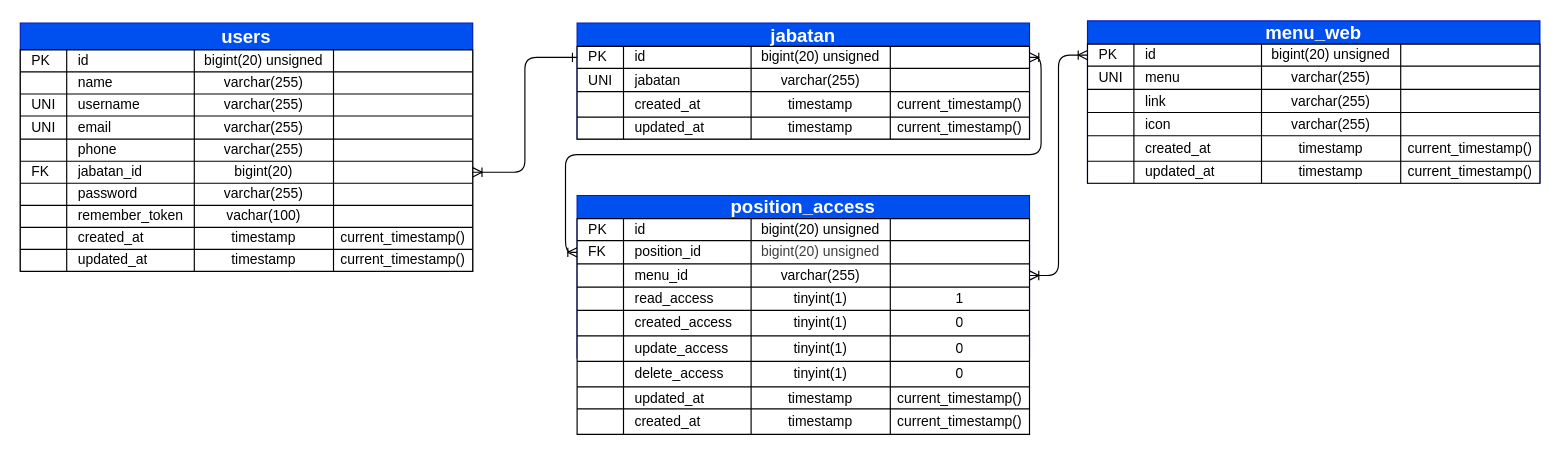
Earlier version of the draw.io diagram documentation/erd.drawio (aluthxander/timbangan_input_web). Source tidied: cells renumbered, new cells numbered last; positions are measured from the earlier drawing's top-left corner, leaving out a move shared by most shapes. Both pictures are drawn from the tidied source at 116%, with x=0, y=0 at pixel (20, 21).
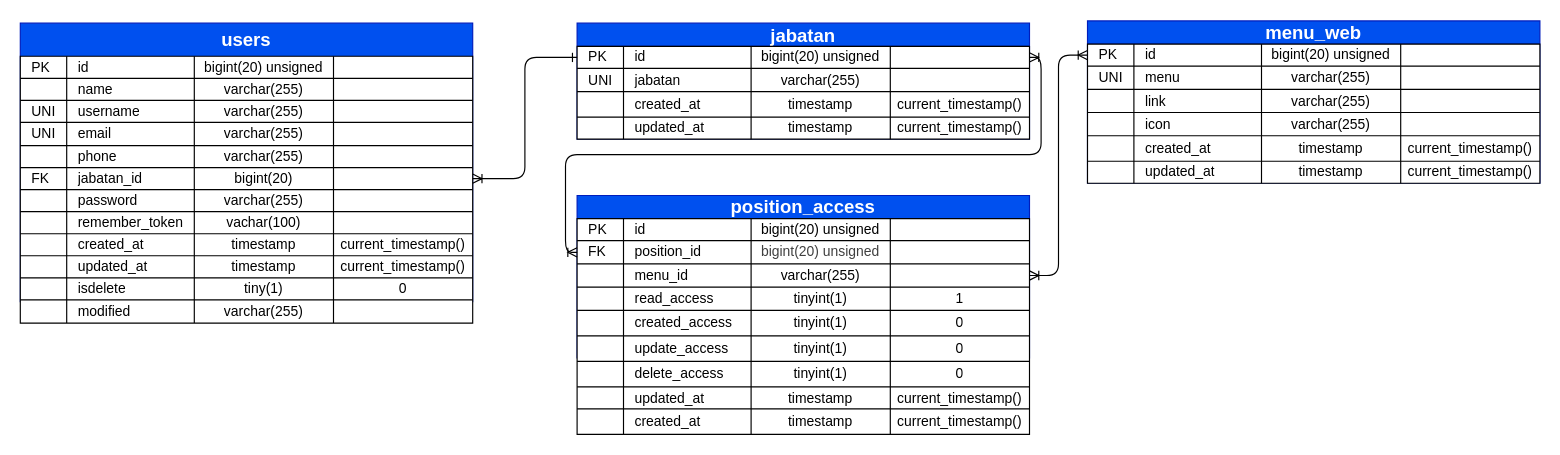
After the change.

Commit message (it also covers changes not shown here):
feat : menambahkan CRUD pada users

Diff of the diagram source:
```diff
@@
     <mxCell id="2" style="group;fontColor=light-dark(#ffffff, #ededed);" parent="1" vertex="1">
-      <mxGeometry y="1.5" width="390" height="220" as="geometry" />
+      <mxGeometry y="1.5" width="390" height="240" as="geometry" />
     </mxCell>
     <mxCell id="3" style="group;" parent="2" vertex="1">
-      <mxGeometry width="390" height="214" as="geometry" />
+      <mxGeometry width="390" height="240" as="geometry" />
     </mxCell>
-    <mxCell id="4" value="&lt;font style=&quot;font-size: 16px; color: rgb(255, 255, 255);&quot;&gt;users&lt;/font&gt;" style="swimlane;whiteSpace=wrap;html=1;fillColor=#0050ef;fontColor=#ffffff;strokeColor=#001DBC;" parent="3" vertex="1">
-      <mxGeometry width="390" height="214" as="geometry" />
+    <mxCell id="4" value="&lt;font style=&quot;font-size: 16px; color: rgb(255, 255, 255);&quot;&gt;users&lt;/font&gt;" style="swimlane;whiteSpace=wrap;html=1;fillColor=#0050ef;fontColor=#ffffff;strokeColor=#001DBC;startSize=29;" parent="3" vertex="1">
+      <mxGeometry width="390" height="240" as="geometry" />
     </mxCell>
     <mxCell id="5" style="shape=table;startSize=0;childLayout=tableLayout;fontSize=8;strokeColor=default;" parent="4" vertex="1">
-      <mxGeometry y="23" width="390" height="191" as="geometry" />
+      <mxGeometry y="28.5" width="390" height="230" as="geometry" />
     </mxCell>
@@
+    <mxCell id="166" style="shape=tableRow;horizontal=0;startSize=0;swimlaneHead=0;swimlaneBody=0;strokeColor=inherit;top=0;left=0;bottom=0;right=0;fillColor=none;" parent="5" vertex="1">
+      <mxGeometry y="191" width="390" height="19" as="geometry" />
+    </mxCell>
+    <mxCell id="167" style="shape=partialRectangle;html=1;whiteSpace=wrap;strokeColor=inherit;overflow=hidden;fillColor=none;top=0;left=0;bottom=0;right=0;align=left;spacingRight=0;labelPadding=2;spacingLeft=8;fontSize=8;" parent="166" vertex="1">
+      <mxGeometry width="40" height="19" as="geometry" />
+    </mxCell>
+    <mxCell id="168" value="isdelete" style="shape=partialRectangle;html=1;whiteSpace=wrap;strokeColor=inherit;overflow=hidden;fillColor=none;top=0;left=0;bottom=0;right=0;align=left;spacingRight=0;labelPadding=2;spacingLeft=8;fontSize=12;" parent="166" vertex="1">
+      <mxGeometry x="40" width="110" height="19" as="geometry" />
+    </mxCell>
+    <mxCell id="169" value="&lt;font&gt;tiny(1)&lt;/font&gt;" style="shape=partialRectangle;html=1;whiteSpace=wrap;strokeColor=inherit;overflow=hidden;fillColor=none;top=0;left=0;bottom=0;right=0;fontColor=light-dark(#000000,#FFFFFF);" parent="166" vertex="1">
+      <mxGeometry x="150" width="120" height="19" as="geometry" />
+    </mxCell>
+    <mxCell id="170" value="0" style="shape=partialRectangle;html=1;whiteSpace=wrap;strokeColor=inherit;overflow=hidden;fillColor=none;top=0;left=0;bottom=0;right=0;" parent="166" vertex="1">
+      <mxGeometry x="270" width="120" height="19" as="geometry" />
+    </mxCell>
+    <mxCell id="171" style="shape=tableRow;horizontal=0;startSize=0;swimlaneHead=0;swimlaneBody=0;strokeColor=inherit;top=0;left=0;bottom=0;right=0;fillColor=none;" parent="5" vertex="1">
+      <mxGeometry y="210" width="390" height="20" as="geometry" />
+    </mxCell>
+    <mxCell id="172" style="shape=partialRectangle;html=1;whiteSpace=wrap;strokeColor=inherit;overflow=hidden;fillColor=none;top=0;left=0;bottom=0;right=0;align=left;spacingRight=0;labelPadding=2;spacingLeft=8;fontSize=8;" parent="171" vertex="1">
+      <mxGeometry width="40" height="20" as="geometry" />
+    </mxCell>
+    <mxCell id="173" value="modified" style="shape=partialRectangle;html=1;whiteSpace=wrap;strokeColor=inherit;overflow=hidden;fillColor=none;top=0;left=0;bottom=0;right=0;align=left;spacingRight=0;labelPadding=2;spacingLeft=8;fontSize=12;" parent="171" vertex="1">
+      <mxGeometry x="40" width="110" height="20" as="geometry" />
+    </mxCell>
+    <mxCell id="174" value="varchar(255)" style="shape=partialRectangle;html=1;whiteSpace=wrap;strokeColor=inherit;overflow=hidden;fillColor=none;top=0;left=0;bottom=0;right=0;fontColor=light-dark(#000000,#FFFFFF);" parent="171" vertex="1">
+      <mxGeometry x="150" width="120" height="20" as="geometry" />
+    </mxCell>
+    <mxCell id="175" style="shape=partialRectangle;html=1;whiteSpace=wrap;strokeColor=inherit;overflow=hidden;fillColor=none;top=0;left=0;bottom=0;right=0;" parent="171" vertex="1">
+      <mxGeometry x="270" width="120" height="20" as="geometry" />
+    </mxCell>
```
